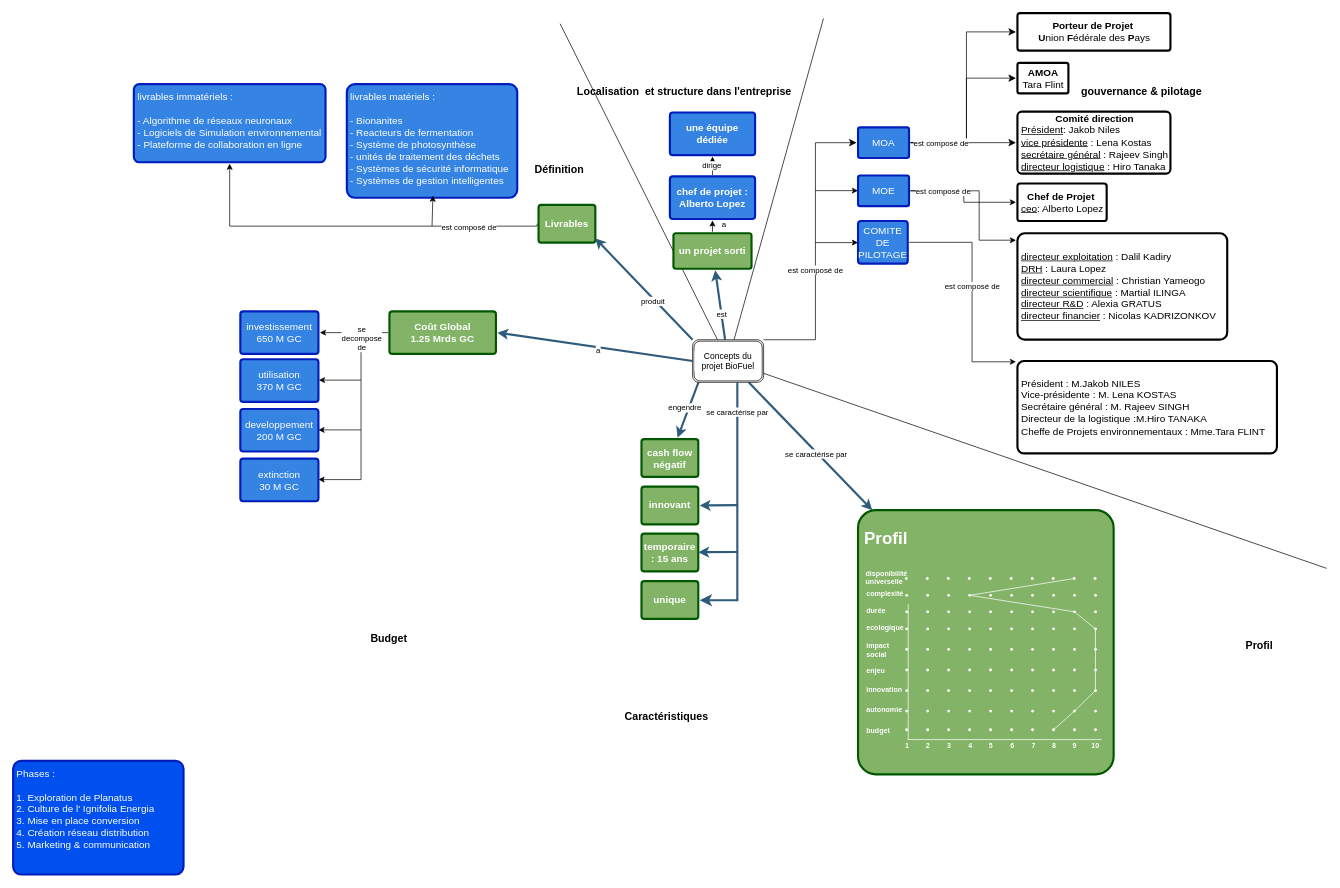
The draw.io diagram trame.drawio in GillesSuivre/GestionProjet, before the edit. Source tidied: cells renumbered, new cells numbered last; positions are measured from the earlier drawing's top-left corner, leaving out a move shared by most shapes. Both pictures are drawn from the tidied source at 71%, with x=0, y=0 at pixel (13, 13).
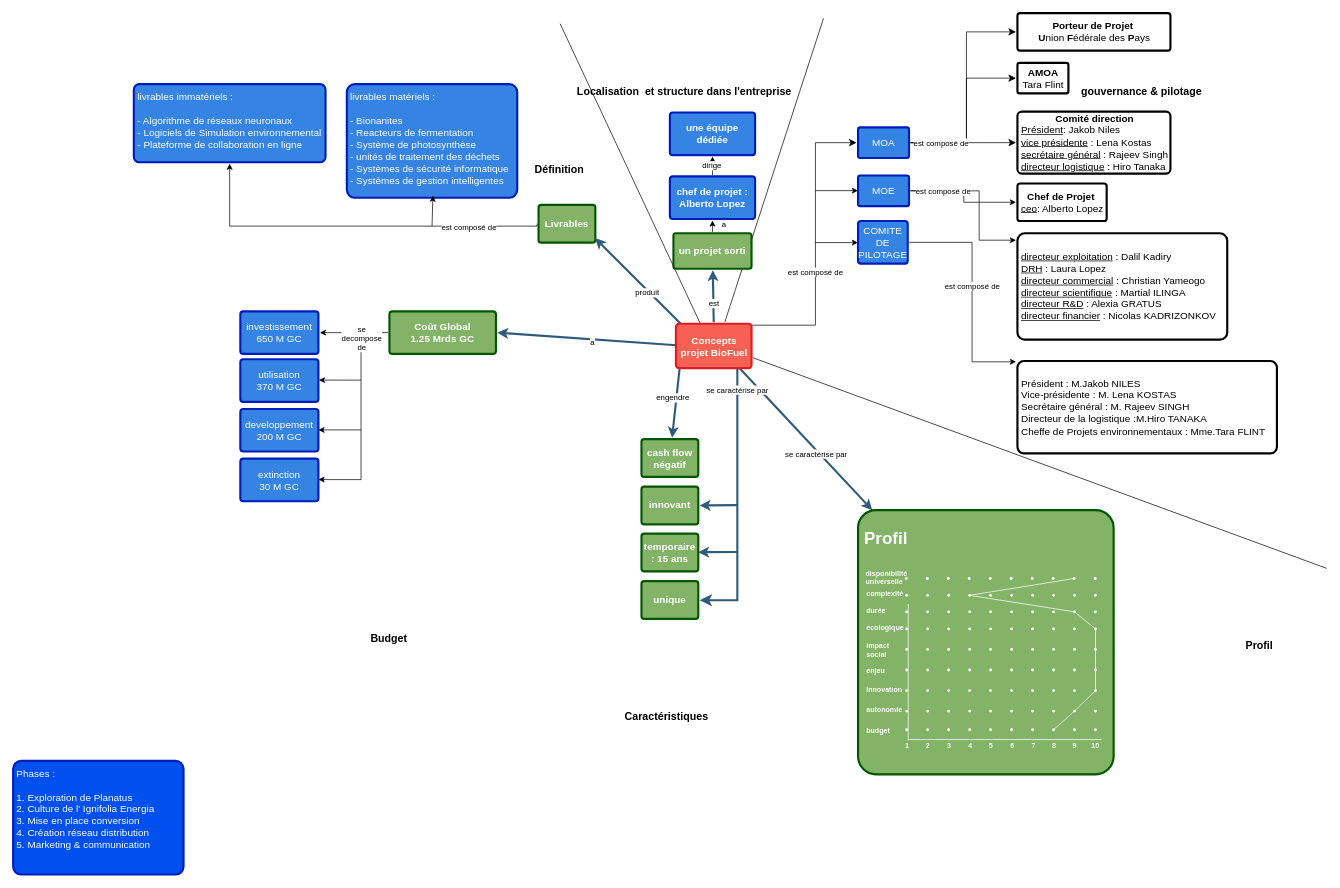
The same page after the edit.

Commit message (it also covers changes not shown here):
Mettre à jour trame.drawio

The change refers to these unchanged cells:
```xml
<mxCell id="10" value="unique" style="rounded=1;whiteSpace=wrap;html=1;shadow=0;labelBackgroundColor=none;strokeColor=#005700;strokeWidth=3;fillColor=#82b366;fontFamily=Helvetica;fontSize=14;fontColor=#ffffff;align=center;spacing=5;fontStyle=1;arcSize=7;perimeterSpacing=2;" parent="1" vertex="1">
  <mxGeometry x="885" y="800" width="80" height="53.2" as="geometry" />
</mxCell>
<mxCell id="14" value="cash flow négatif" style="rounded=1;whiteSpace=wrap;html=1;shadow=0;labelBackgroundColor=none;strokeColor=#005700;strokeWidth=3;fillColor=#82b366;fontFamily=Helvetica;fontSize=14;fontColor=#ffffff;align=center;spacing=5;fontStyle=1;arcSize=7;perimeterSpacing=2;" parent="1" vertex="1">
  <mxGeometry x="885" y="600" width="80" height="53.2" as="geometry" />
</mxCell>
<mxCell id="19" value="Livrables" style="rounded=1;whiteSpace=wrap;html=1;shadow=0;labelBackgroundColor=none;strokeColor=#005700;strokeWidth=3;fillColor=#82b366;fontFamily=Helvetica;fontSize=14;fontColor=#ffffff;align=center;spacing=5;fontStyle=1;arcSize=7;perimeterSpacing=2;" parent="1" vertex="1">
  <mxGeometry x="740" y="270" width="80" height="53.2" as="geometry" />
</mxCell>
<mxCell id="28" value="un projet sorti " style="rounded=1;whiteSpace=wrap;html=1;shadow=0;labelBackgroundColor=none;strokeColor=#005700;strokeWidth=3;fillColor=#82b366;fontFamily=Helvetica;fontSize=14;fontColor=#ffffff;align=center;spacing=5;fontStyle=1;arcSize=7;perimeterSpacing=2;" parent="1" vertex="1">
  <mxGeometry x="930" y="310" width="110" height="50" as="geometry" />
</mxCell>
<mxCell id="49" value="MOA" style="rounded=1;whiteSpace=wrap;html=1;shadow=0;labelBackgroundColor=none;strokeColor=#001DBC;strokeWidth=3;fillColor=#3584e4;fontFamily=Helvetica;fontSize=14;fontColor=#ffffff;align=center;spacing=5;fontStyle=0;arcSize=7;perimeterSpacing=2;" parent="48" vertex="1">
  <mxGeometry y="160.9" width="71.8" height="43.1" as="geometry" />
</mxCell>
<mxCell id="77" value="Coût Global &lt;br&gt;1.25 Mrds GC" style="rounded=1;whiteSpace=wrap;html=1;shadow=0;labelBackgroundColor=none;strokeColor=#005700;strokeWidth=3;fillColor=#82b366;fontFamily=Helvetica;fontSize=14;fontColor=#ffffff;align=center;spacing=5;fontStyle=1;arcSize=7;perimeterSpacing=2;" parent="1" vertex="1">
  <mxGeometry x="530" y="420" width="150" height="60" as="geometry" />
</mxCell>
```

Diff of the diagram source:
```diff
@@
-    <mxCell id="2" style="endArrow=classic;html=1;rounded=0;strokeWidth=3;strokeColor=#2f5b7c;" parent="1" edge="1" source="24">
+    <mxCell id="2" style="endArrow=classic;html=1;rounded=0;strokeWidth=3;strokeColor=#2f5b7c;exitX=0.782;exitY=0.886;exitDx=0;exitDy=0;exitPerimeter=0;" parent="1" edge="1" source="210">
       <mxGeometry relative="1" as="geometry">
         <mxPoint x="1210" y="700" as="targetPoint" />
       </mxGeometry>
     </mxCell>
-    <mxCell id="3" style="endArrow=none;html=1;rounded=0;entryX=0.395;entryY=0.006;entryDx=0;entryDy=0;entryPerimeter=0;" parent="1" edge="1" source="24">
+    <mxCell id="3" style="endArrow=none;html=1;rounded=0;entryX=0.395;entryY=0.006;entryDx=0;entryDy=0;entryPerimeter=0;exitX=0.324;exitY=0.009;exitDx=0;exitDy=0;exitPerimeter=0;" parent="1" edge="1" source="210">
       <mxGeometry relative="1" as="geometry">
         <mxPoint x="770.4" y="14.9" as="targetPoint" />
       </mxGeometry>
     </mxCell>
@@
-    <mxCell id="5" style="endArrow=none;html=1;rounded=0;entryX=0.639;entryY=-0.003;entryDx=0;entryDy=0;entryPerimeter=0;" parent="1" edge="1" source="24">
+    <mxCell id="5" style="endArrow=none;html=1;rounded=0;entryX=0.639;entryY=-0.003;entryDx=0;entryDy=0;entryPerimeter=0;exitX=0.642;exitY=-0.009;exitDx=0;exitDy=0;exitPerimeter=0;" parent="1" edge="1" source="210">
       <mxGeometry relative="1" as="geometry">
         <mxPoint x="1141.3" y="7.5" as="targetPoint" />
       </mxGeometry>
     </mxCell>
@@
-    <mxCell id="7" style="endArrow=none;html=1;rounded=0;" parent="1" edge="1" source="24">
+    <mxCell id="7" style="endArrow=none;html=1;rounded=0;exitX=1;exitY=0.75;exitDx=0;exitDy=0;" parent="1" edge="1" source="210">
       <mxGeometry relative="1" as="geometry">
         <mxPoint x="1850" y="782" as="targetPoint" />
       </mxGeometry>
     </mxCell>
@@
-    <mxCell id="12" style="edgeStyle=none;rounded=0;jumpStyle=none;html=1;shadow=0;labelBackgroundColor=none;startArrow=none;startFill=0;endArrow=classic;endFill=1;jettySize=auto;strokeColor=#2F5B7C;strokeWidth=3;fontFamily=Helvetica;fontSize=16;fontColor=#23445D;spacing=5;exitX=0.086;exitY=0.983;exitDx=0;exitDy=0;exitPerimeter=0;" parent="1" edge="1" source="24" target="14">
+    <mxCell id="12" style="edgeStyle=none;rounded=0;jumpStyle=none;html=1;shadow=0;labelBackgroundColor=none;startArrow=none;startFill=0;endArrow=classic;endFill=1;jettySize=auto;strokeColor=#2F5B7C;strokeWidth=3;fontFamily=Helvetica;fontSize=16;fontColor=#23445D;spacing=5;exitX=0.071;exitY=0.886;exitDx=0;exitDy=0;exitPerimeter=0;" parent="1" edge="1" source="210" target="14">
       <mxGeometry relative="1" as="geometry" />
     </mxCell>
@@
-    <mxCell id="20" style="edgeStyle=none;rounded=0;jumpStyle=none;html=1;shadow=0;labelBackgroundColor=none;startArrow=none;startFill=0;endArrow=classic;endFill=1;jettySize=auto;strokeColor=#2F5B7C;strokeWidth=3;fontFamily=Helvetica;fontSize=16;fontColor=#23445D;spacing=5;entryX=0.972;entryY=0.856;entryDx=0;entryDy=0;exitX=0;exitY=0;exitDx=0;exitDy=0;entryPerimeter=0;" parent="1" edge="1" source="24" target="19">
+    <mxCell id="20" style="edgeStyle=none;rounded=0;jumpStyle=none;html=1;shadow=0;labelBackgroundColor=none;startArrow=none;startFill=0;endArrow=classic;endFill=1;jettySize=auto;strokeColor=#2F5B7C;strokeWidth=3;fontFamily=Helvetica;fontSize=16;fontColor=#23445D;spacing=5;entryX=0.972;entryY=0.856;entryDx=0;entryDy=0;exitX=0.118;exitY=0.095;exitDx=0;exitDy=0;entryPerimeter=0;exitPerimeter=0;" parent="1" edge="1" source="210" target="19">
       <mxGeometry relative="1" as="geometry" />
     </mxCell>
@@
-    <mxCell id="24" value="Concepts du projet BioFuel" style="shape=ext;double=1;rounded=1;whiteSpace=wrap;html=1;labelBackgroundColor=default;" parent="1" vertex="1">
-      <mxGeometry x="957" y="460" width="100" height="60" as="geometry" />
-    </mxCell>
@@
-    <mxCell id="26" style="edgeStyle=none;rounded=0;jumpStyle=none;html=1;shadow=0;labelBackgroundColor=none;startArrow=none;startFill=0;endArrow=classic;endFill=1;jettySize=auto;strokeColor=#2F5B7C;strokeWidth=3;fontFamily=Helvetica;fontSize=16;fontColor=#23445D;spacing=5;" parent="1" edge="1" source="24" target="28">
+    <mxCell id="26" style="edgeStyle=none;rounded=0;jumpStyle=none;html=1;shadow=0;labelBackgroundColor=none;startArrow=none;startFill=0;endArrow=classic;endFill=1;jettySize=auto;strokeColor=#2F5B7C;strokeWidth=3;fontFamily=Helvetica;fontSize=16;fontColor=#23445D;spacing=5;exitX=0.5;exitY=0;exitDx=0;exitDy=0;" parent="1" edge="1" source="210" target="28">
       <mxGeometry relative="1" as="geometry" />
     </mxCell>
@@
-    <mxCell id="64" style="edgeStyle=elbowEdgeStyle;elbow=horizontal;endArrow=classic;html=1;curved=0;rounded=0;endSize=8;startSize=8;exitX=1;exitY=0;exitDx=0;exitDy=0;entryX=0;entryY=0.5;entryDx=0;entryDy=0;" parent="1" edge="1" source="24" target="49">
+    <mxCell id="64" style="edgeStyle=elbowEdgeStyle;elbow=horizontal;endArrow=classic;html=1;curved=0;rounded=0;endSize=8;startSize=8;exitX=0.913;exitY=0.06;exitDx=0;exitDy=0;entryX=0;entryY=0.5;entryDx=0;entryDy=0;exitPerimeter=0;" parent="1" edge="1" source="210" target="49">
       <mxGeometry relative="1" as="geometry">
         <Array as="points">
           <mxPoint x="1130" y="260" />
         </Array>
       </mxGeometry>
     </mxCell>
@@
-    <mxCell id="73" style="edgeStyle=segmentEdgeStyle;endArrow=classic;html=1;curved=0;rounded=0;endSize=8;startSize=8;strokeWidth=3;strokeColor=#2F5B7C;" parent="1" edge="1" source="24" target="10">
+    <mxCell id="73" style="edgeStyle=segmentEdgeStyle;endArrow=classic;html=1;curved=0;rounded=0;endSize=8;startSize=8;strokeWidth=3;strokeColor=#2F5B7C;exitX=0.68;exitY=0.955;exitDx=0;exitDy=0;exitPerimeter=0;" parent="1" edge="1" source="210" target="10">
       <mxGeometry relative="1" as="geometry">
         <Array as="points">
           <mxPoint x="1020" y="827" />
         </Array>
       </mxGeometry>
     </mxCell>
@@
-    <mxCell id="83" style="endArrow=classic;html=1;rounded=0;exitX=0;exitY=0.5;exitDx=0;exitDy=0;entryX=1;entryY=0.5;entryDx=0;entryDy=0;strokeWidth=3;strokeColor=#2f5b7c;" parent="1" edge="1" source="24" target="77">
+    <mxCell id="83" style="endArrow=classic;html=1;rounded=0;entryX=1;entryY=0.5;entryDx=0;entryDy=0;strokeWidth=3;strokeColor=#2f5b7c;exitX=0.071;exitY=0.49;exitDx=0;exitDy=0;exitPerimeter=0;" parent="1" edge="1" source="210" target="77">
       <mxGeometry relative="1" as="geometry" />
     </mxCell>
@@
+    <mxCell id="210" value="Concepts &lt;br&gt;projet BioFuel " style="rounded=1;whiteSpace=wrap;html=1;shadow=0;labelBackgroundColor=none;strokeColor=#e01b24;strokeWidth=3;fillColor=#f66151;fontFamily=Helvetica;fontSize=14;fontColor=#ffffff;align=center;spacing=5;fontStyle=1;arcSize=7;perimeterSpacing=2;" parent="1" vertex="1">
+      <mxGeometry x="933.5" y="437.5" width="106.5" height="62.5" as="geometry" />
+    </mxCell>
```
